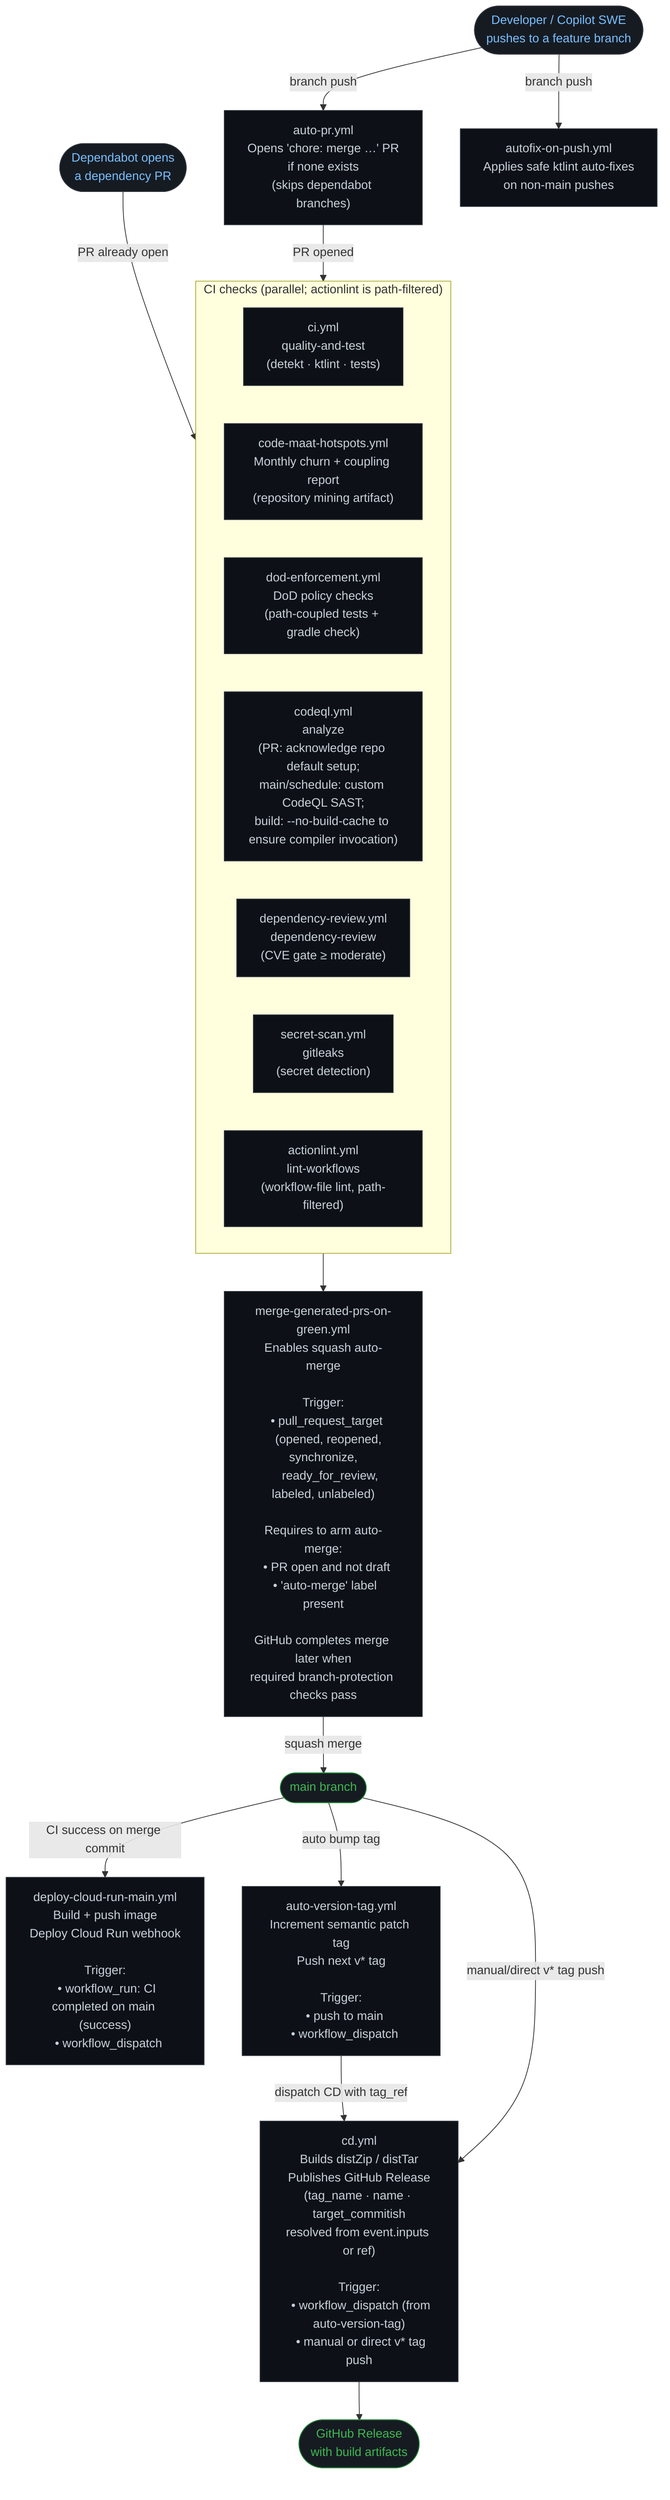
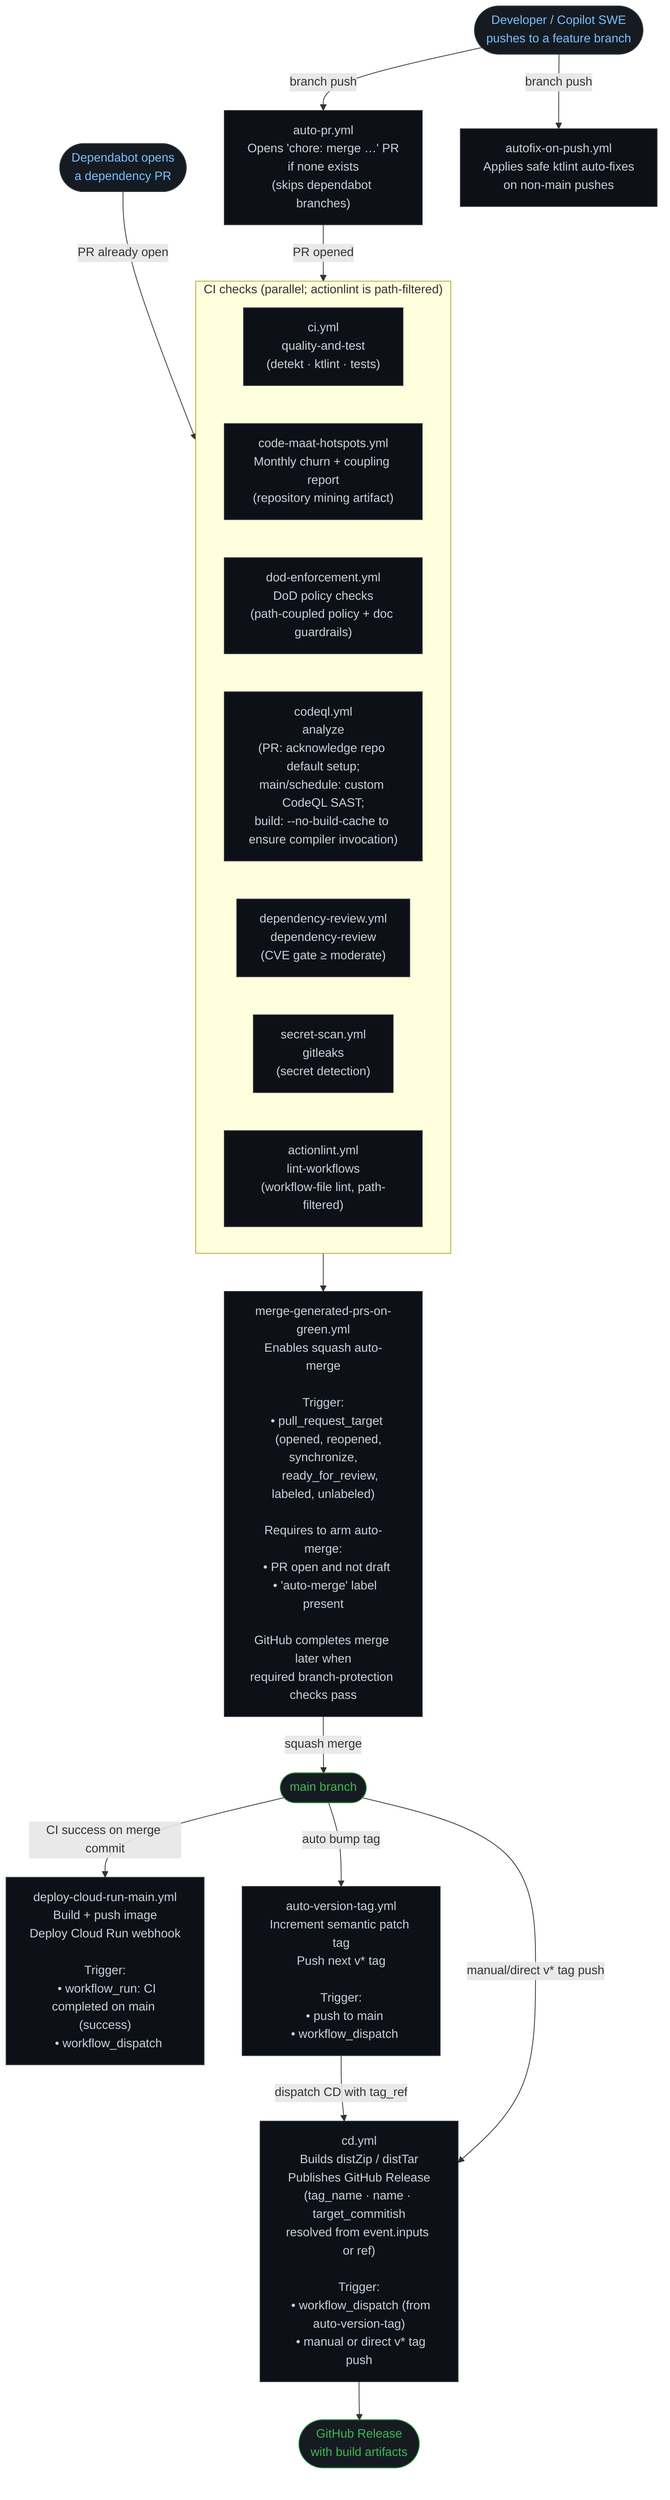
```mermaid
flowchart TD
+     %% 2026-07-14: Consolidated duplicate checks by keeping changed-file doc guardrails in dod-enforcement and removing redundant CI guardrail invocation; DoD now focuses on policy-only enforcement.
    %% 2026-07-13: deploy-cloud-run-main workflow now builds Cloud Run env vars via shell arrays for safer YAML maintenance.
    %% 2026-07-13: Slack/WhatsApp secrets are optional and only injected when corresponding repo vars are set.
    %% 2026-07-13: deploy workflow now preflights optional secret names and runtime service account references before build/deploy.
    %% 2026-07-13: Optional secret-name vars support a 'disabled' sentinel to intentionally skip validation and secret injection.
    %% 2026-07-14: codeql.yml build step now uses --no-build-cache so the Kotlin compiler is always invoked and CodeQL can intercept compilation.
    %% 2026-07-14: deploy-cloud-run-main supports optional TELEGRAM_BOT_TOKEN_SECRET_NAME and injects BERTBOT_TELEGRAM_BOT_TOKEN only when configured.
    %% 2026-07-14: deploy-cloud-run-main now defaults TELEGRAM_BOT_TOKEN_SECRET_NAME and deploys Cloud Run with --no-cpu-throttling to keep async follow-up execution responsive.
    %% ── Entry points ──────────────────────────────────────────────────────────
    DEV([Developer / Copilot SWE\npushes to a feature branch])
    DEP([Dependabot opens\na dependency PR])

    %% ── Automation ────────────────────────────────────────────────────────────
    AUTO_PR["auto-pr.yml\nOpens 'chore: merge …' PR\nif none exists\n(skips dependabot branches)"]
    AUTOFIX["autofix-on-push.yml\nApplies safe ktlint auto-fixes\non non-main pushes"]

    %% ── Required CI checks ────────────────────────────────────────────────────
    subgraph CI ["CI checks (parallel; actionlint is path-filtered)"]
        direction LR
        CI_JOB["ci.yml\nquality-and-test\n(detekt · ktlint · tests)"]
        MAAT["code-maat-hotspots.yml\nMonthly churn + coupling report\n(repository mining artifact)"]
-         DOD["dod-enforcement.yml\nDoD policy checks\n(path-coupled tests + gradle check)"]
+         DOD["dod-enforcement.yml\nDoD policy checks\n(path-coupled policy + doc guardrails)"]
        CODEQL["codeql.yml\nanalyze\n(PR: acknowledge repo default setup;\nmain/schedule: custom CodeQL SAST;\nbuild: --no-build-cache to ensure compiler invocation)"]
        DEPREVIEW["dependency-review.yml\ndependency-review\n(CVE gate ≥ moderate)"]
        SECRET["secret-scan.yml\ngitleaks\n(secret detection)"]
        ACTIONLINT["actionlint.yml\nlint-workflows\n(workflow-file lint, path-filtered)"]
    end

    %% ── Merge ─────────────────────────────────────────────────────────────────
    MERGE["merge-generated-prs-on-green.yml\nEnables squash auto-merge\n\nTrigger:\n  • pull_request_target\n    (opened, reopened, synchronize,\n     ready_for_review, labeled, unlabeled)\n\nRequires to arm auto-merge:\n  • PR open and not draft\n  • 'auto-merge' label present\n\nGitHub completes merge later when\nrequired branch-protection checks pass"]

    %% ── CD ────────────────────────────────────────────────────────────────────
    MAIN([main branch])
    DEPLOY_MAIN["deploy-cloud-run-main.yml\nBuild + push image\nDeploy Cloud Run webhook\n\nTrigger:\n  • workflow_run: CI completed on main (success)\n  • workflow_dispatch"]
    AUTO_TAG["auto-version-tag.yml\nIncrement semantic patch tag\nPush next v* tag\n\nTrigger:\n  • push to main\n  • workflow_dispatch"]
    CD["cd.yml\nBuilds distZip / distTar\nPublishes GitHub Release\n(tag_name · name · target_commitish\nresolved from event.inputs or ref)\n\nTrigger:\n  • workflow_dispatch (from auto-version-tag)\n  • manual or direct v* tag push"]
    RELEASE([GitHub Release\nwith build artifacts])

    %% ── Flow ──────────────────────────────────────────────────────────────────
    DEV -->|branch push| AUTOFIX
    DEV -->|branch push| AUTO_PR
    DEP -->|PR already open| CI

    AUTO_PR -->|PR opened| CI
    CI --> MERGE

    MERGE -->|squash merge| MAIN

    MAIN -->|CI success on merge commit| DEPLOY_MAIN
    MAIN -->|auto bump tag| AUTO_TAG
    AUTO_TAG -->|dispatch CD with tag_ref| CD
    MAIN -->|manual/direct v* tag push| CD
    CD --> RELEASE

    %% ── Styling ───────────────────────────────────────────────────────────────
    classDef workflow fill:#0d1117,stroke:#30363d,color:#c9d1d9
    classDef actor    fill:#161b22,stroke:#30363d,color:#79c0ff,shape:stadium
    classDef external fill:#161b22,stroke:#238636,color:#3fb950,shape:stadium

    class AUTO_PR,AUTOFIX,CI_JOB,MAAT,DOD,CODEQL,DEPREVIEW,SECRET,ACTIONLINT,MERGE,DEPLOY_MAIN,AUTO_TAG,CD workflow
    class DEV,DEP actor
    class MAIN,RELEASE external
```
